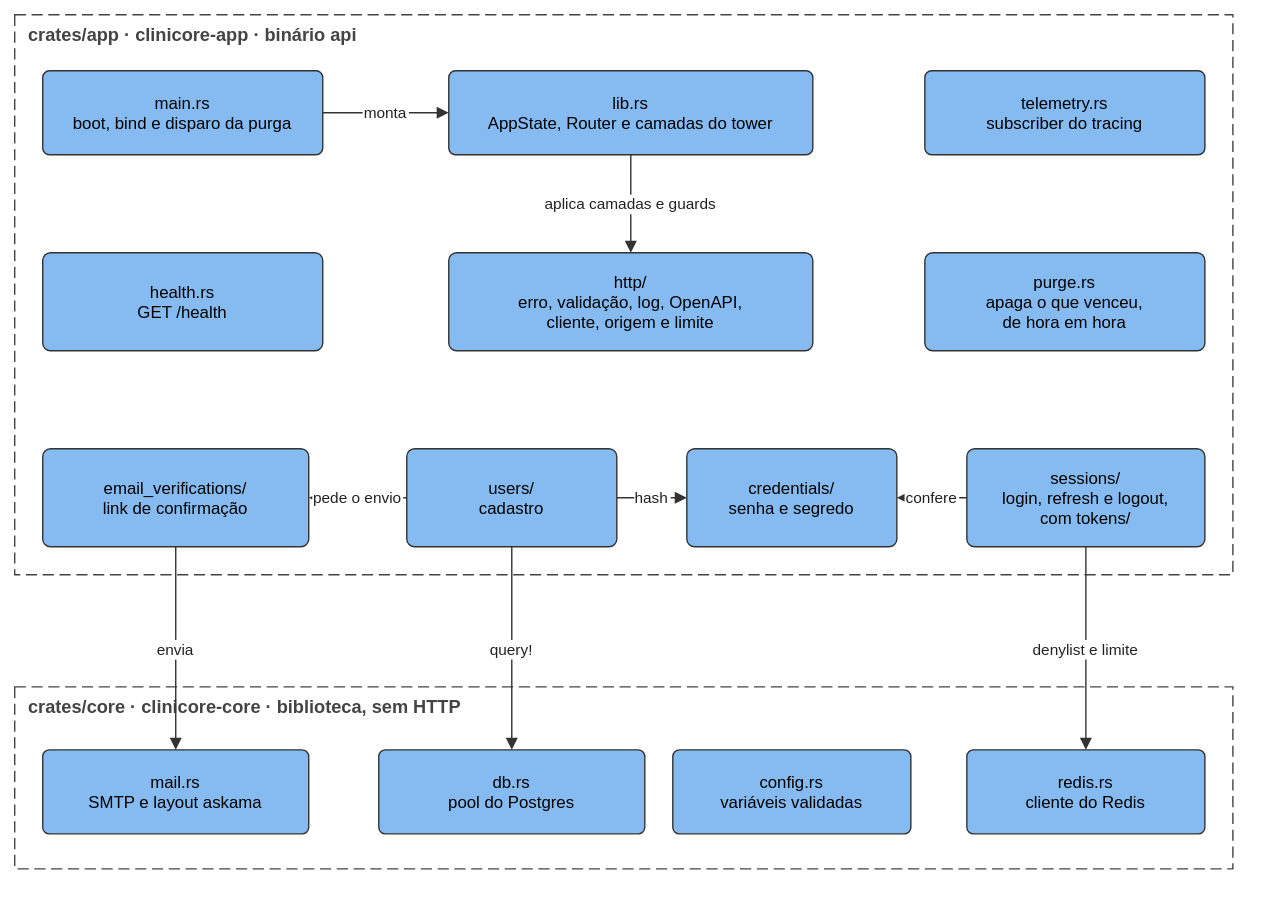
This is docs/architecture/diagrams/components-api.drawio.svg from TheoOdawara/clinicore, a draw.io export, as it was before one commit. Source tidied: cells renumbered, new cells last; positions are measured from the earlier drawing's top-left corner, leaving out a move shared by most shapes. Source of this version:
```xml
<mxGraphModel background="#ffffff">
  <root>
    <mxCell id="0" />
    <mxCell id="1" parent="0" />
    <mxCell id="2" value="crates/app · clinicore-app · binário api" style="rounded=0;html=0;fillColor=none;strokeColor=#444444;dashed=1;dashPattern=8 4;fontSize=13;fontStyle=1;verticalAlign=top;align=left;spacingLeft=8;fontColor=#444444;" parent="1" vertex="1">
      <mxGeometry width="870" height="400" as="geometry" />
    </mxCell>
    <mxCell id="3" value="main.rs&#10;boot, bind e disparo da purga" style="rounded=1;arcSize=8;html=0;fillColor=#85bbf0;fontColor=#000000;strokeColor=#333333;fontSize=12;" parent="1" vertex="1">
      <mxGeometry x="20" y="40" width="200" height="60" as="geometry" />
    </mxCell>
    <mxCell id="4" value="lib.rs&#10;AppState, Router e camadas do tower" style="rounded=1;arcSize=8;html=0;fillColor=#85bbf0;fontColor=#000000;strokeColor=#333333;fontSize=12;" parent="1" vertex="1">
      <mxGeometry x="310" y="40" width="260" height="60" as="geometry" />
    </mxCell>
    <mxCell id="5" value="telemetry.rs&#10;subscriber do tracing" style="rounded=1;arcSize=8;html=0;fillColor=#85bbf0;fontColor=#000000;strokeColor=#333333;fontSize=12;" parent="1" vertex="1">
      <mxGeometry x="650" y="40" width="200" height="60" as="geometry" />
    </mxCell>
    <mxCell id="6" value="health.rs&#10;GET /health" style="rounded=1;arcSize=8;html=0;fillColor=#85bbf0;fontColor=#000000;strokeColor=#333333;fontSize=12;" parent="1" vertex="1">
      <mxGeometry x="20" y="170" width="200" height="70" as="geometry" />
    </mxCell>
    <mxCell id="7" value="http/&#10;erro, validação, log, OpenAPI,&#10;cliente, origem e limite" style="rounded=1;arcSize=8;html=0;fillColor=#85bbf0;fontColor=#000000;strokeColor=#333333;fontSize=12;" parent="1" vertex="1">
      <mxGeometry x="310" y="170" width="260" height="70" as="geometry" />
    </mxCell>
    <mxCell id="8" value="purge.rs&#10;apaga o que venceu,&#10;de hora em hora" style="rounded=1;arcSize=8;html=0;fillColor=#85bbf0;fontColor=#000000;strokeColor=#333333;fontSize=12;" parent="1" vertex="1">
      <mxGeometry x="650" y="170" width="200" height="70" as="geometry" />
    </mxCell>
    <mxCell id="9" value="email_verifications/&#10;link de confirmação" style="rounded=1;arcSize=8;html=0;fillColor=#85bbf0;fontColor=#000000;strokeColor=#333333;fontSize=12;" parent="1" vertex="1">
      <mxGeometry x="20" y="310" width="190" height="70" as="geometry" />
    </mxCell>
    <mxCell id="10" value="users/&#10;cadastro" style="rounded=1;arcSize=8;html=0;fillColor=#85bbf0;fontColor=#000000;strokeColor=#333333;fontSize=12;" parent="1" vertex="1">
      <mxGeometry x="280" y="310" width="150" height="70" as="geometry" />
    </mxCell>
    <mxCell id="11" value="credentials/&#10;senha e segredo" style="rounded=1;arcSize=8;html=0;fillColor=#85bbf0;fontColor=#000000;strokeColor=#333333;fontSize=12;" parent="1" vertex="1">
      <mxGeometry x="480" y="310" width="150" height="70" as="geometry" />
    </mxCell>
    <mxCell id="12" value="sessions/&#10;login, refresh e logout,&#10;com tokens/" style="rounded=1;arcSize=8;html=0;fillColor=#85bbf0;fontColor=#000000;strokeColor=#333333;fontSize=12;" parent="1" vertex="1">
      <mxGeometry x="680" y="310" width="170" height="70" as="geometry" />
    </mxCell>
    <mxCell id="13" value="crates/core · clinicore-core · biblioteca, sem HTTP" style="rounded=0;html=0;fillColor=none;strokeColor=#444444;dashed=1;dashPattern=8 4;fontSize=13;fontStyle=1;verticalAlign=top;align=left;spacingLeft=8;fontColor=#444444;" parent="1" vertex="1">
      <mxGeometry y="480" width="870" height="130" as="geometry" />
    </mxCell>
    <mxCell id="14" value="mail.rs&#10;SMTP e layout askama" style="rounded=1;arcSize=8;html=0;fillColor=#85bbf0;fontColor=#000000;strokeColor=#333333;fontSize=12;" parent="1" vertex="1">
      <mxGeometry x="20" y="525" width="190" height="60" as="geometry" />
    </mxCell>
    <mxCell id="15" value="db.rs&#10;pool do Postgres" style="rounded=1;arcSize=8;html=0;fillColor=#85bbf0;fontColor=#000000;strokeColor=#333333;fontSize=12;" parent="1" vertex="1">
      <mxGeometry x="260" y="525" width="190" height="60" as="geometry" />
    </mxCell>
    <mxCell id="16" value="config.rs&#10;variáveis validadas" style="rounded=1;arcSize=8;html=0;fillColor=#85bbf0;fontColor=#000000;strokeColor=#333333;fontSize=12;" parent="1" vertex="1">
      <mxGeometry x="470" y="525" width="170" height="60" as="geometry" />
    </mxCell>
    <mxCell id="17" value="redis.rs&#10;cliente do Redis" style="rounded=1;arcSize=8;html=0;fillColor=#85bbf0;fontColor=#000000;strokeColor=#333333;fontSize=12;" parent="1" vertex="1">
      <mxGeometry x="680" y="525" width="170" height="60" as="geometry" />
    </mxCell>
    <mxCell id="18" value="monta" style="html=0;endArrow=block;endFill=1;strokeColor=#333333;fontSize=11;fontColor=#222222;labelBackgroundColor=#ffffff;edgeStyle=orthogonalEdgeStyle;rounded=1;exitX=1;exitY=0.5;exitDx=0;exitDy=0;entryX=0;entryY=0.5;entryDx=0;entryDy=0;" parent="1" edge="1" source="3" target="4">
      <mxGeometry relative="1" as="geometry" />
    </mxCell>
    <mxCell id="19" value="aplica camadas e guards" style="html=0;endArrow=block;endFill=1;strokeColor=#333333;fontSize=11;fontColor=#222222;labelBackgroundColor=#ffffff;edgeStyle=orthogonalEdgeStyle;rounded=1;exitX=0.5;exitY=1;exitDx=0;exitDy=0;entryX=0.5;entryY=0;entryDx=0;entryDy=0;" parent="1" edge="1" source="4" target="7">
      <mxGeometry relative="1" as="geometry" />
    </mxCell>
    <mxCell id="20" value="pede o envio" style="html=0;endArrow=block;endFill=1;strokeColor=#333333;fontSize=11;fontColor=#222222;labelBackgroundColor=#ffffff;edgeStyle=orthogonalEdgeStyle;rounded=1;exitX=0;exitY=0.5;exitDx=0;exitDy=0;entryX=1;entryY=0.5;entryDx=0;entryDy=0;" parent="1" edge="1" source="10" target="9">
      <mxGeometry relative="1" as="geometry" />
    </mxCell>
    <mxCell id="21" value="hash" style="html=0;endArrow=block;endFill=1;strokeColor=#333333;fontSize=11;fontColor=#222222;labelBackgroundColor=#ffffff;edgeStyle=orthogonalEdgeStyle;rounded=1;exitX=1;exitY=0.5;exitDx=0;exitDy=0;entryX=0;entryY=0.5;entryDx=0;entryDy=0;" parent="1" edge="1" source="10" target="11">
      <mxGeometry relative="1" as="geometry" />
    </mxCell>
    <mxCell id="22" value="confere" style="html=0;endArrow=block;endFill=1;strokeColor=#333333;fontSize=11;fontColor=#222222;labelBackgroundColor=#ffffff;edgeStyle=orthogonalEdgeStyle;rounded=1;exitX=0;exitY=0.5;exitDx=0;exitDy=0;entryX=1;entryY=0.5;entryDx=0;entryDy=0;" parent="1" edge="1" source="12" target="11">
      <mxGeometry relative="1" as="geometry" />
    </mxCell>
    <mxCell id="23" value="envia" style="html=0;endArrow=block;endFill=1;strokeColor=#333333;fontSize=11;fontColor=#222222;labelBackgroundColor=#ffffff;edgeStyle=orthogonalEdgeStyle;rounded=1;exitX=0.5;exitY=1;exitDx=0;exitDy=0;entryX=0.5;entryY=0;entryDx=0;entryDy=0;" parent="1" edge="1" source="9" target="14">
      <mxGeometry relative="1" as="geometry" />
    </mxCell>
    <mxCell id="24" value="query!" style="html=0;endArrow=block;endFill=1;strokeColor=#333333;fontSize=11;fontColor=#222222;labelBackgroundColor=#ffffff;edgeStyle=orthogonalEdgeStyle;rounded=1;exitX=0.5;exitY=1;exitDx=0;exitDy=0;entryX=0.5;entryY=0;entryDx=0;entryDy=0;" parent="1" edge="1" source="10" target="15">
      <mxGeometry relative="1" as="geometry" />
    </mxCell>
    <mxCell id="25" value="denylist e limite" style="html=0;endArrow=block;endFill=1;strokeColor=#333333;fontSize=11;fontColor=#222222;labelBackgroundColor=#ffffff;edgeStyle=orthogonalEdgeStyle;rounded=1;exitX=0.5;exitY=1;exitDx=0;exitDy=0;entryX=0.5;entryY=0;entryDx=0;entryDy=0;" parent="1" edge="1" source="12" target="17">
      <mxGeometry relative="1" as="geometry" />
    </mxCell>
  </root>
</mxGraphModel>
```
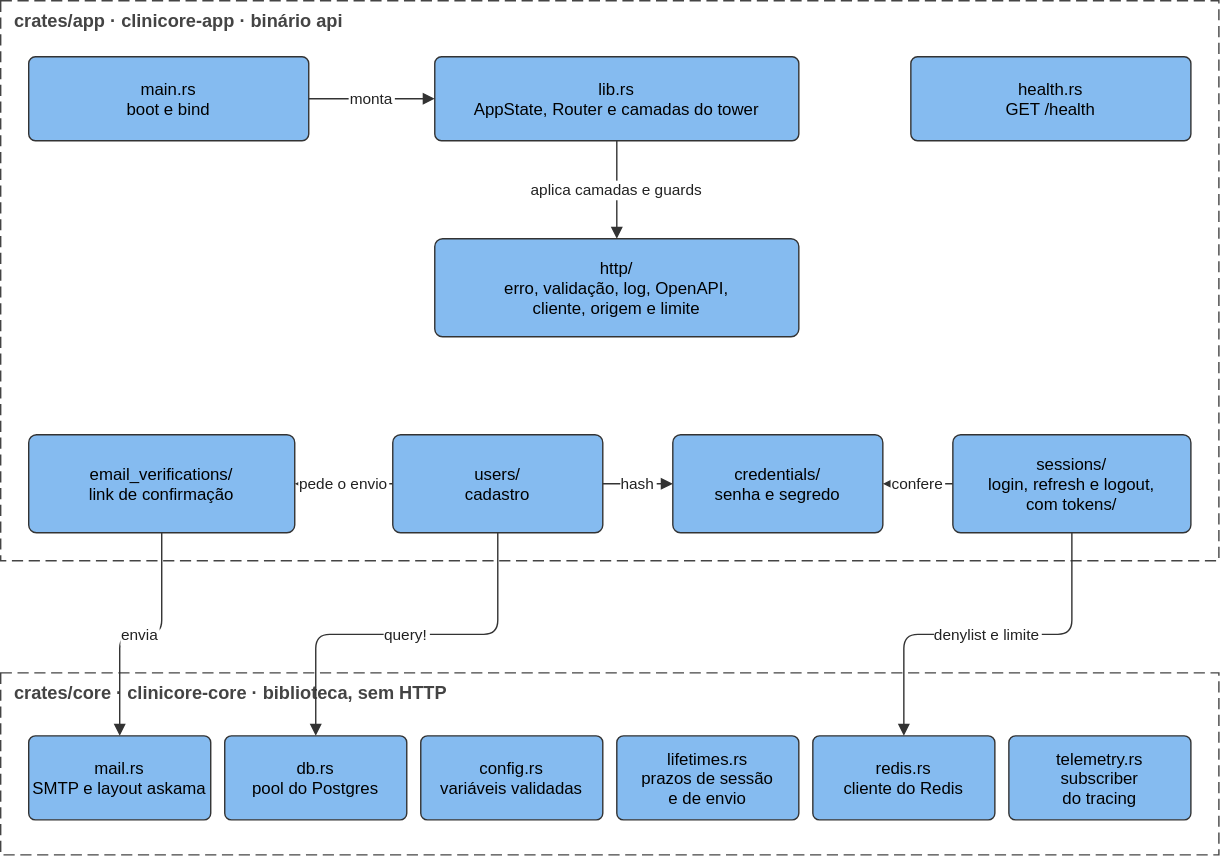
After the change.

Diff of the diagram source:
```diff
@@ -5,24 +5,18 @@
     <mxCell id="2" value="crates/app · clinicore-app · binário api" style="rounded=0;html=0;fillColor=none;strokeColor=#444444;dashed=1;dashPattern=8 4;fontSize=13;fontStyle=1;verticalAlign=top;align=left;spacingLeft=8;fontColor=#444444;" parent="1" vertex="1">
       <mxGeometry width="870" height="400" as="geometry" />
     </mxCell>
-    <mxCell id="3" value="main.rs&#10;boot, bind e disparo da purga" style="rounded=1;arcSize=8;html=0;fillColor=#85bbf0;fontColor=#000000;strokeColor=#333333;fontSize=12;" parent="1" vertex="1">
+    <mxCell id="3" value="main.rs&#10;boot e bind" style="rounded=1;arcSize=8;html=0;fillColor=#85bbf0;fontColor=#000000;strokeColor=#333333;fontSize=12;" parent="1" vertex="1">
       <mxGeometry x="20" y="40" width="200" height="60" as="geometry" />
     </mxCell>
     <mxCell id="4" value="lib.rs&#10;AppState, Router e camadas do tower" style="rounded=1;arcSize=8;html=0;fillColor=#85bbf0;fontColor=#000000;strokeColor=#333333;fontSize=12;" parent="1" vertex="1">
       <mxGeometry x="310" y="40" width="260" height="60" as="geometry" />
     </mxCell>
-    <mxCell id="5" value="telemetry.rs&#10;subscriber do tracing" style="rounded=1;arcSize=8;html=0;fillColor=#85bbf0;fontColor=#000000;strokeColor=#333333;fontSize=12;" parent="1" vertex="1">
-      <mxGeometry x="650" y="40" width="200" height="60" as="geometry" />
-    </mxCell>
     <mxCell id="6" value="health.rs&#10;GET /health" style="rounded=1;arcSize=8;html=0;fillColor=#85bbf0;fontColor=#000000;strokeColor=#333333;fontSize=12;" parent="1" vertex="1">
-      <mxGeometry x="20" y="170" width="200" height="70" as="geometry" />
+      <mxGeometry x="650" y="40" width="200" height="60" as="geometry" />
     </mxCell>
     <mxCell id="7" value="http/&#10;erro, validação, log, OpenAPI,&#10;cliente, origem e limite" style="rounded=1;arcSize=8;html=0;fillColor=#85bbf0;fontColor=#000000;strokeColor=#333333;fontSize=12;" parent="1" vertex="1">
       <mxGeometry x="310" y="170" width="260" height="70" as="geometry" />
     </mxCell>
-    <mxCell id="8" value="purge.rs&#10;apaga o que venceu,&#10;de hora em hora" style="rounded=1;arcSize=8;html=0;fillColor=#85bbf0;fontColor=#000000;strokeColor=#333333;fontSize=12;" parent="1" vertex="1">
-      <mxGeometry x="650" y="170" width="200" height="70" as="geometry" />
-    </mxCell>
     <mxCell id="9" value="email_verifications/&#10;link de confirmação" style="rounded=1;arcSize=8;html=0;fillColor=#85bbf0;fontColor=#000000;strokeColor=#333333;fontSize=12;" parent="1" vertex="1">
       <mxGeometry x="20" y="310" width="190" height="70" as="geometry" />
     </mxCell>
@@ -39,17 +33,23 @@
       <mxGeometry y="480" width="870" height="130" as="geometry" />
     </mxCell>
     <mxCell id="14" value="mail.rs&#10;SMTP e layout askama" style="rounded=1;arcSize=8;html=0;fillColor=#85bbf0;fontColor=#000000;strokeColor=#333333;fontSize=12;" parent="1" vertex="1">
-      <mxGeometry x="20" y="525" width="190" height="60" as="geometry" />
+      <mxGeometry x="20" y="525" width="130" height="60" as="geometry" />
     </mxCell>
     <mxCell id="15" value="db.rs&#10;pool do Postgres" style="rounded=1;arcSize=8;html=0;fillColor=#85bbf0;fontColor=#000000;strokeColor=#333333;fontSize=12;" parent="1" vertex="1">
-      <mxGeometry x="260" y="525" width="190" height="60" as="geometry" />
+      <mxGeometry x="160" y="525" width="130" height="60" as="geometry" />
     </mxCell>
     <mxCell id="16" value="config.rs&#10;variáveis validadas" style="rounded=1;arcSize=8;html=0;fillColor=#85bbf0;fontColor=#000000;strokeColor=#333333;fontSize=12;" parent="1" vertex="1">
-      <mxGeometry x="470" y="525" width="170" height="60" as="geometry" />
+      <mxGeometry x="300" y="525" width="130" height="60" as="geometry" />
     </mxCell>
     <mxCell id="17" value="redis.rs&#10;cliente do Redis" style="rounded=1;arcSize=8;html=0;fillColor=#85bbf0;fontColor=#000000;strokeColor=#333333;fontSize=12;" parent="1" vertex="1">
-      <mxGeometry x="680" y="525" width="170" height="60" as="geometry" />
+      <mxGeometry x="580" y="525" width="130" height="60" as="geometry" />
     </mxCell>
+    <mxCell id="26" value="lifetimes.rs&#10;prazos de sessão&#10;e de envio" style="rounded=1;arcSize=8;html=0;fillColor=#85bbf0;fontColor=#000000;strokeColor=#333333;fontSize=12;" parent="1" vertex="1">
+      <mxGeometry x="440" y="525" width="130" height="60" as="geometry" />
+    </mxCell>
+    <mxCell id="5" value="telemetry.rs&#10;subscriber&#10;do tracing" style="rounded=1;arcSize=8;html=0;fillColor=#85bbf0;fontColor=#000000;strokeColor=#333333;fontSize=12;" parent="1" vertex="1">
+      <mxGeometry x="720" y="525" width="130" height="60" as="geometry" />
+    </mxCell>
     <mxCell id="18" value="monta" style="html=0;endArrow=block;endFill=1;strokeColor=#333333;fontSize=11;fontColor=#222222;labelBackgroundColor=#ffffff;edgeStyle=orthogonalEdgeStyle;rounded=1;exitX=1;exitY=0.5;exitDx=0;exitDy=0;entryX=0;entryY=0.5;entryDx=0;entryDy=0;" parent="1" edge="1" source="3" target="4">
       <mxGeometry relative="1" as="geometry" />
     </mxCell>
```
